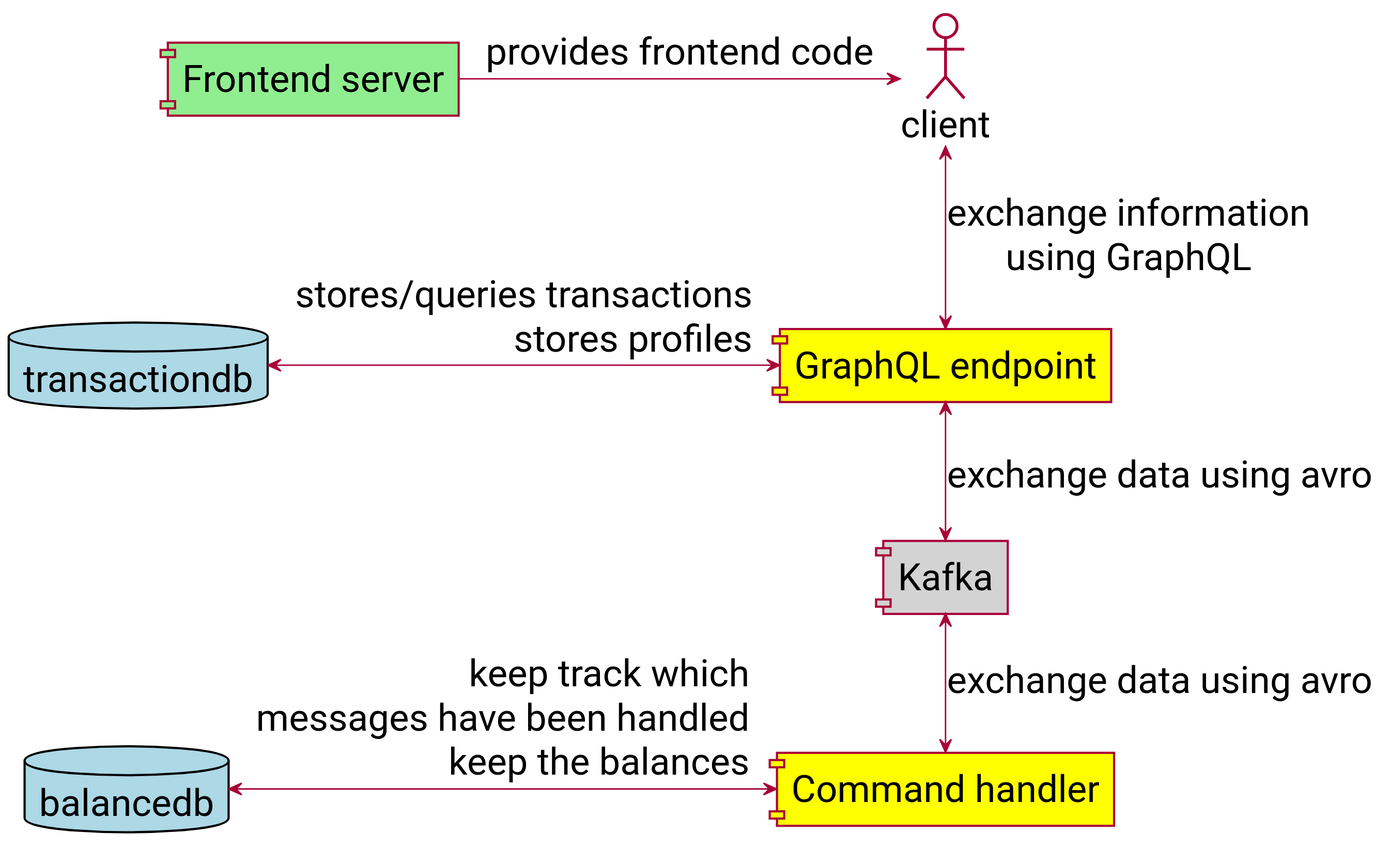
Earlier version of the PlantUML export docs/overview.svg (openweb-nl/kafka-graphql-examples).
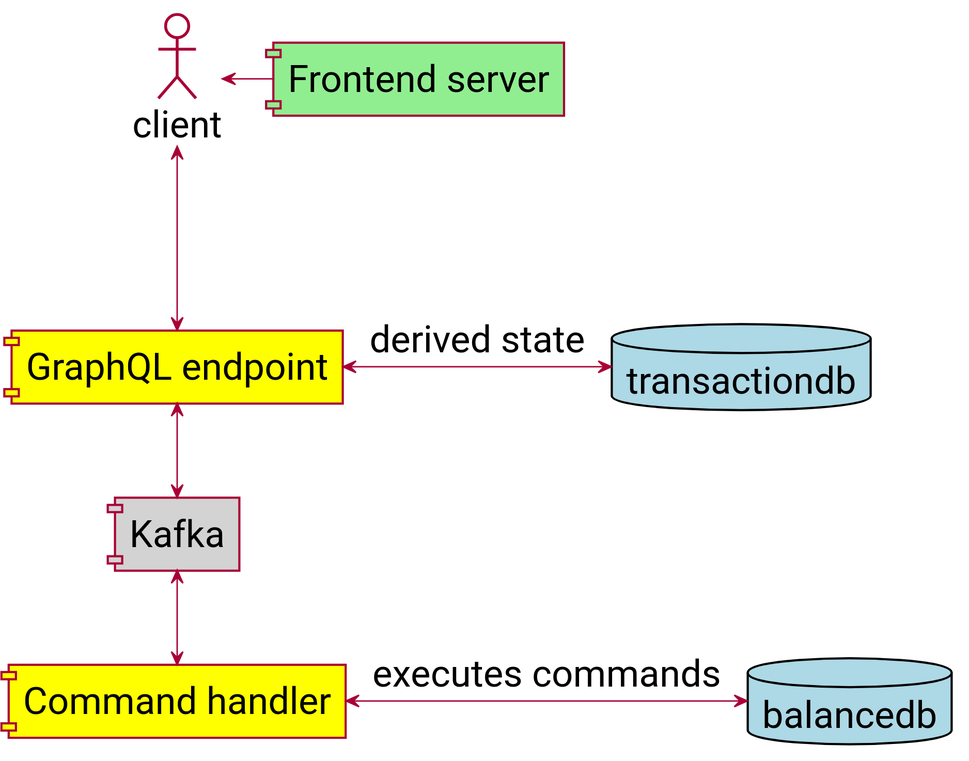
The same file after the commit.

Diff of the diagram source:
```diff
@@ -11,12 +11,10 @@
 [Frontend server] as fs #LightGreen
 actor client as cl #White
 
-pgb <-> ch : keep track which\rmessages have been handled\nkeep the balances
-pgt <-> ge : stores/queries transactions\rstores profiles
-fs -> cl : provides frontend code
-cl <--> ge : exchange information\nusing GraphQL
-ch <-up-> ka : exchange data using avro
-ge <--> ka : exchange data using avro
-
-
+cl <- fs
+cl <---> ge
+ch <-up-> ka
+ge <--> ka
+ch <-right-> pgb : executes commands
+ge <-right-> pgt : derived state
 @enduml
```
